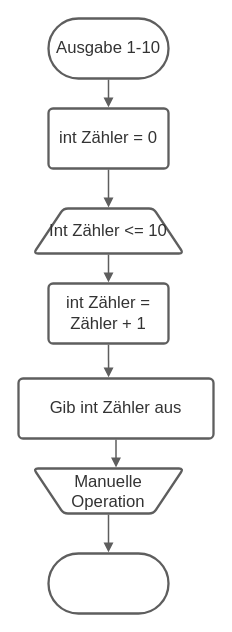
The draw.io diagram print 1-10.drawio in Jonas-Heuberger/Modul-403, before the edit. Source tidied: cells renumbered, new cells numbered last; positions are measured from the earlier drawing's top-left corner, leaving out a move shared by most shapes. Both pictures are drawn from the tidied source at 100%, with x=0, y=0 at pixel (18, 18).
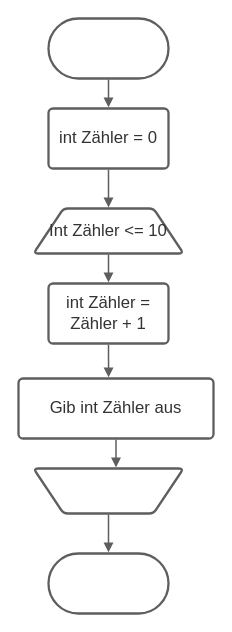
The same diagram, later.

Change to the diagram source:
```diff
@@
 <mxGraphModel>
   <root>
     <mxCell id="0" />
     <mxCell id="1" parent="0" />
-    <mxCell id="2" value="Ausgabe 1-10" style="html=1;overflow=block;blockSpacing=1;whiteSpace=wrap;rounded=1;arcSize=50;whiteSpace=wrap;fontSize=16.7;fontColor=#333333;align=center;spacing=3.8;strokeColor=#5e5e5e;strokeOpacity=100;strokeWidth=2.3;" parent="1" vertex="1">
+    <mxCell id="2" style="html=1;overflow=block;blockSpacing=1;whiteSpace=wrap;rounded=1;arcSize=50;whiteSpace=wrap;fontSize=16.7;fontColor=#333333;align=center;spacing=3.8;strokeColor=#5e5e5e;strokeOpacity=100;strokeWidth=2.3;" parent="1" vertex="1">
       <mxGeometry x="30" width="120" height="60" as="geometry" />
     </mxCell>
     <mxCell id="3" value="int Zähler = 0" style="html=1;overflow=block;blockSpacing=1;whiteSpace=wrap;whiteSpace=wrap;fontSize=16.7;fontColor=#333333;align=center;spacing=9;strokeColor=#5e5e5e;strokeOpacity=100;rounded=1;absoluteArcSize=1;arcSize=9;strokeWidth=2.3;" parent="1" vertex="1">
       <mxGeometry x="30" y="90" width="120" height="60" as="geometry" />
     </mxCell>
     <mxCell id="4" style="html=1;jettySize=18;whiteSpace=wrap;fontSize=13;strokeColor=#5E5E5E;strokeWidth=1.5;rounded=1;arcSize=12;edgeStyle=orthogonalEdgeStyle;startArrow=none;endArrow=block;endFill=1;exitX=0.5;exitY=1.019;exitPerimeter=0;entryX=0.5;entryY=-0.019;entryPerimeter=0;" parent="1" edge="1" source="2" target="3">
       <mxGeometry relative="1" as="geometry" />
     </mxCell>
     <mxCell id="5" style="html=1;overflow=block;blockSpacing=1;whiteSpace=wrap;rounded=1;arcSize=50;whiteSpace=wrap;fontSize=13;align=center;spacing=3.8;strokeColor=#5e5e5e;strokeOpacity=100;strokeWidth=2.3;" parent="1" vertex="1">
       <mxGeometry x="30" y="535" width="120" height="60" as="geometry" />
     </mxCell>
-    <mxCell id="6" value="Manuelle Operation" style="html=1;overflow=block;blockSpacing=1;whiteSpace=wrap;shape=trapezoid;perimeter=trapezoidPerimeter;anchorPointDirection=0;flipV=1;whiteSpace=wrap;fontSize=16.7;fontColor=#333333;align=center;spacing=3.8;strokeColor=#5e5e5e;strokeOpacity=100;rounded=1;absoluteArcSize=1;arcSize=9;strokeWidth=2.3;" parent="1" vertex="1">
+    <mxCell id="6" style="html=1;overflow=block;blockSpacing=1;whiteSpace=wrap;shape=trapezoid;perimeter=trapezoidPerimeter;anchorPointDirection=0;flipV=1;whiteSpace=wrap;fontSize=16.7;fontColor=#333333;align=center;spacing=3.8;strokeColor=#5e5e5e;strokeOpacity=100;rounded=1;absoluteArcSize=1;arcSize=9;strokeWidth=2.3;" parent="1" vertex="1">
       <mxGeometry x="15" y="450" width="150" height="45" as="geometry" />
     </mxCell>
     <mxCell id="7" style="html=1;overflow=block;blockSpacing=1;whiteSpace=wrap;shape=trapezoid;perimeter=trapezoidPerimeter;anchorPointDirection=0;flipV=1;whiteSpace=wrap;fontSize=16.7;fontColor=#333333;align=center;spacing=3.8;strokeColor=#5e5e5e;strokeOpacity=100;rounded=1;absoluteArcSize=1;arcSize=9;rotation=180;strokeWidth=2.3;" parent="1" vertex="1">
       <mxGeometry x="15" y="190" width="150" height="45" as="geometry" />
     </mxCell>
     <mxCell id="8" value="Int Zähler &amp;lt;= 10 " style="html=1;overflow=block;blockSpacing=1;whiteSpace=wrap;shape=trapezoid;perimeter=trapezoidPerimeter;anchorPointDirection=0;flipV=1;whiteSpace=wrap;fontSize=16.7;fontColor=#333333;align=center;spacing=3.8;strokeOpacity=100;rounded=1;absoluteArcSize=1;arcSize=9;strokeWidth=2.3;fillColor=none;strokeColor=none;rotation=0;" parent="7" vertex="1">
       <mxGeometry width="150" height="45" relative="1" as="geometry" />
     </mxCell>
     <mxCell id="9" style="html=1;jettySize=18;whiteSpace=wrap;fontSize=13;strokeColor=#5E5E5E;strokeWidth=1.5;rounded=1;arcSize=12;edgeStyle=orthogonalEdgeStyle;startArrow=none;endArrow=block;endFill=1;exitX=0.5;exitY=1.019;exitPerimeter=0;entryX=0.5;entryY=-0.02499999999999991;entryPerimeter=0;" parent="1" edge="1" source="3" target="7">
       <mxGeometry relative="1" as="geometry" />
     </mxCell>
     <mxCell id="10" value="int Zähler = Zähler + 1 " style="html=1;overflow=block;blockSpacing=1;whiteSpace=wrap;whiteSpace=wrap;fontSize=16.7;fontColor=#333333;align=center;spacing=9;strokeColor=#5e5e5e;strokeOpacity=100;rounded=1;absoluteArcSize=1;arcSize=9;strokeWidth=2.3;" parent="1" vertex="1">
       <mxGeometry x="30" y="265" width="120" height="60" as="geometry" />
     </mxCell>
     <mxCell id="11" value="Gib int Zähler aus" style="html=1;overflow=block;blockSpacing=1;whiteSpace=wrap;whiteSpace=wrap;fontSize=16.7;fontColor=#333333;align=center;spacing=9;strokeColor=#5e5e5e;strokeOpacity=100;rounded=1;absoluteArcSize=1;arcSize=9;strokeWidth=2.3;" parent="1" vertex="1">
       <mxGeometry y="360" width="195" height="60" as="geometry" />
     </mxCell>
     <mxCell id="12" style="html=1;jettySize=18;whiteSpace=wrap;fontSize=13;strokeColor=#5E5E5E;strokeWidth=1.5;rounded=1;arcSize=12;edgeStyle=orthogonalEdgeStyle;startArrow=none;endArrow=block;endFill=1;exitX=0.5;exitY=1.025;exitPerimeter=0;entryX=0.5;entryY=-0.019;entryPerimeter=0;" parent="1" edge="1" source="7" target="10">
       <mxGeometry relative="1" as="geometry" />
     </mxCell>
     <mxCell id="13" style="html=1;jettySize=18;whiteSpace=wrap;fontSize=13;strokeColor=#5E5E5E;strokeWidth=1.5;rounded=1;arcSize=12;edgeStyle=orthogonalEdgeStyle;startArrow=none;endArrow=block;endFill=1;exitX=0.5;exitY=1.019;exitPerimeter=0;entryX=0.462;entryY=-0.019;entryPerimeter=0;" parent="1" edge="1" source="10" target="11">
       <mxGeometry relative="1" as="geometry" />
     </mxCell>
     <mxCell id="14" style="html=1;jettySize=18;whiteSpace=wrap;fontSize=13;strokeColor=#5E5E5E;strokeWidth=1.5;rounded=1;arcSize=12;edgeStyle=orthogonalEdgeStyle;startArrow=none;endArrow=block;endFill=1;exitX=0.5;exitY=1.019;exitPerimeter=0;entryX=0.55;entryY=1.025;entryPerimeter=0;" parent="1" edge="1" source="11" target="6">
       <mxGeometry relative="1" as="geometry" />
     </mxCell>
     <mxCell id="15" style="html=1;jettySize=18;whiteSpace=wrap;fontSize=13;strokeColor=#5E5E5E;strokeWidth=1.5;rounded=1;arcSize=12;edgeStyle=orthogonalEdgeStyle;startArrow=none;endArrow=block;endFill=1;exitX=0.5;exitY=-0.02499999999999991;exitPerimeter=0;entryX=0.5;entryY=-0.019;entryPerimeter=0;" parent="1" edge="1" source="6" target="5">
       <mxGeometry relative="1" as="geometry" />
     </mxCell>
   </root>
 </mxGraphModel>
```
